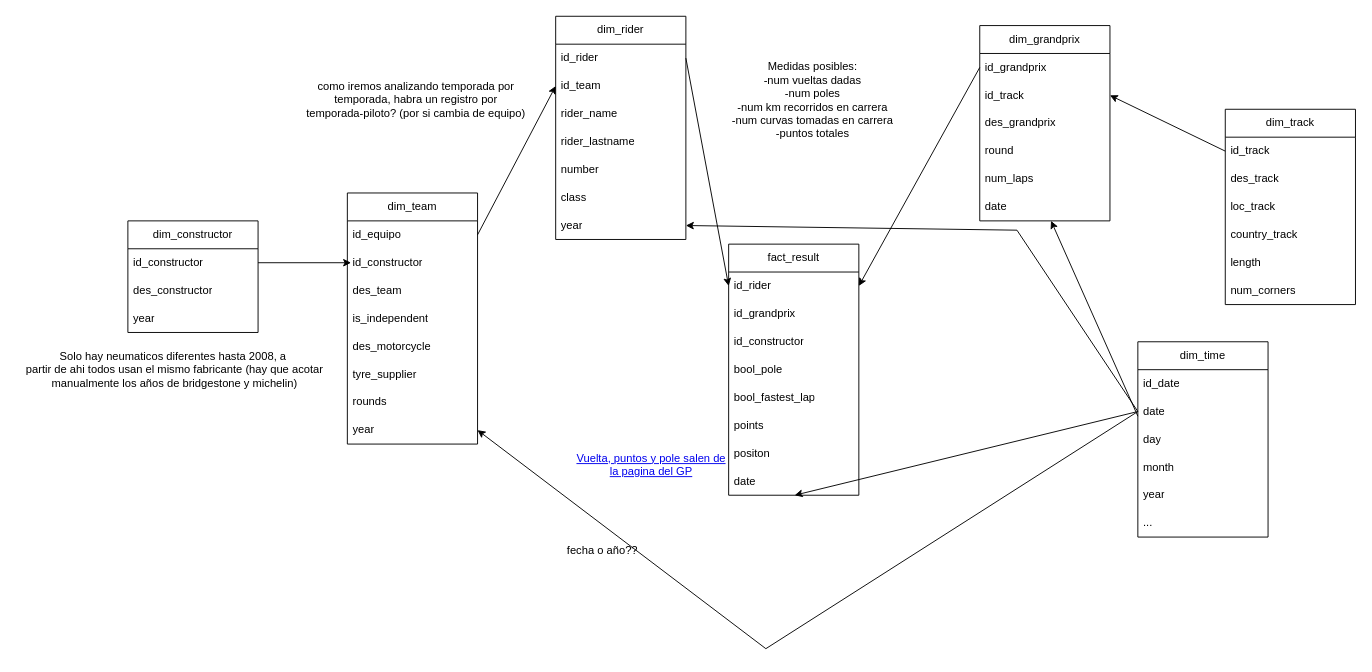
Before: diagrama tfg.drawio in skllg/motogp_dw, a draw.io diagram. Source tidied: cells renumbered, new cells numbered last; positions are measured from the earlier drawing's top-left corner, leaving out a move shared by most shapes. Both pictures are drawn from the tidied source at 93%, with x=0, y=0 at pixel (16, 16).
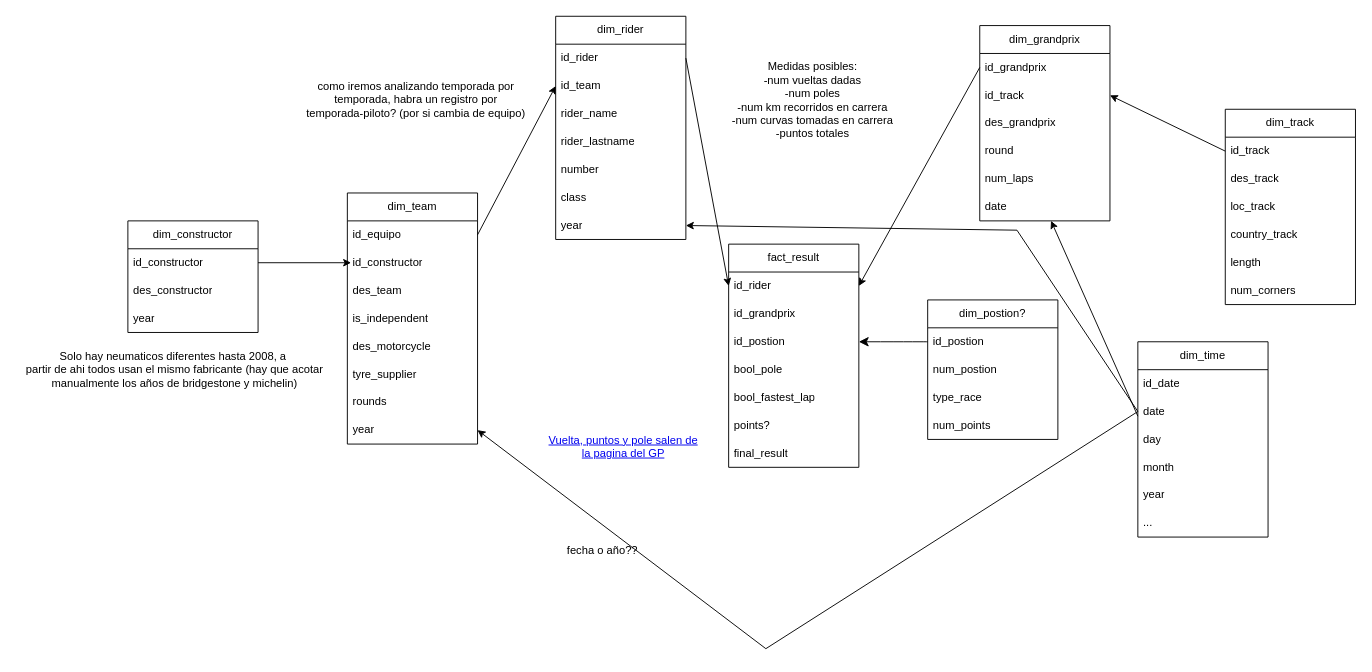
The same page after the edit.

Unchanged cells that the change refers to:
```xml
<mxCell id="49" value="date" style="text;strokeColor=none;fillColor=none;align=left;verticalAlign=middle;spacingLeft=4;spacingRight=4;overflow=hidden;points=[[0,0.5],[1,0.5]];portConstraint=eastwest;whiteSpace=wrap;html=1;" parent="47" vertex="1">
  <mxGeometry y="60" width="140" height="30" as="geometry" />
</mxCell>
```

What changed in the source:
```diff
@@
     <mxCell id="10" value="fact_result" style="swimlane;fontStyle=0;horizontal=1;startSize=30;whiteSpace=wrap;html=1;" parent="1" vertex="1">
-      <mxGeometry x="766" y="245" width="140" height="270" as="geometry" />
+      <mxGeometry x="766" y="245" width="140" height="240" as="geometry" />
     </mxCell>
@@
-    <mxCell id="13" value="id_constructor" style="text;strokeColor=none;fillColor=none;align=left;verticalAlign=middle;spacingLeft=4;spacingRight=4;overflow=hidden;whiteSpace=wrap;html=1;" parent="10" vertex="1">
-      <mxGeometry y="90" width="140" height="30" as="geometry" />
-    </mxCell>
+    <mxCell id="67" value="id_postion" style="text;strokeColor=none;fillColor=none;align=left;verticalAlign=middle;spacingLeft=4;spacingRight=4;overflow=hidden;points=[[0,0.5],[1,0.5]];portConstraint=eastwest;whiteSpace=wrap;html=1;" parent="10" vertex="1">
+      <mxGeometry y="90" width="140" height="30" as="geometry" />
+    </mxCell>
@@
-    <mxCell id="16" value="points" style="text;strokeColor=none;fillColor=none;align=left;verticalAlign=middle;spacingLeft=4;spacingRight=4;overflow=hidden;whiteSpace=wrap;html=1;" parent="10" vertex="1">
+    <mxCell id="16" value="points?" style="text;strokeColor=none;fillColor=none;align=left;verticalAlign=middle;spacingLeft=4;spacingRight=4;overflow=hidden;whiteSpace=wrap;html=1;" parent="10" vertex="1">
       <mxGeometry y="180" width="140" height="30" as="geometry" />
     </mxCell>
-    <mxCell id="17" value="positon" style="text;strokeColor=none;fillColor=none;align=left;verticalAlign=middle;spacingLeft=4;spacingRight=4;overflow=hidden;whiteSpace=wrap;html=1;" parent="10" vertex="1">
+    <mxCell id="17" value="final_result" style="text;strokeColor=none;fillColor=none;align=left;verticalAlign=middle;spacingLeft=4;spacingRight=4;overflow=hidden;whiteSpace=wrap;html=1;" parent="10" vertex="1">
       <mxGeometry y="210" width="140" height="30" as="geometry" />
     </mxCell>
-    <mxCell id="18" value="date" style="text;strokeColor=none;fillColor=none;align=left;verticalAlign=middle;spacingLeft=4;spacingRight=4;overflow=hidden;points=[[0,0.5],[1,0.5]];portConstraint=eastwest;whiteSpace=wrap;html=1;" parent="10" vertex="1">
-      <mxGeometry y="240" width="140" height="30" as="geometry" />
-    </mxCell>
@@
-    <mxCell id="56" style="endArrow=classic;html=1;rounded=0;exitX=0;exitY=0.5;exitDx=0;exitDy=0;entryX=0.507;entryY=1;entryDx=0;entryDy=0;entryPerimeter=0;" parent="1" edge="1" source="49" target="18">
-      <mxGeometry relative="1" as="geometry" />
-    </mxCell>
     <mxCell id="57" value="&lt;a href=&quot;https://es.wikipedia.org/wiki/Gran_Premio_de_Sud%C3%A1frica_de_Motociclismo_de_2001&quot;&gt;Vuelta, puntos y pole salen de la pagina del GP&lt;br&gt;&lt;/a&gt;&amp;nbsp;" style="text;html=1;strokeColor=none;fillColor=none;align=center;verticalAlign=middle;whiteSpace=wrap;rounded=0;" parent="1" vertex="1">
-      <mxGeometry x="600" y="460" width="166" height="60" as="geometry" />
+      <mxGeometry x="570" y="440" width="166" height="60" as="geometry" />
     </mxCell>
@@
+    <mxCell id="68" value="dim_postion?" style="swimlane;fontStyle=0;horizontal=1;startSize=30;whiteSpace=wrap;html=1;" parent="1" vertex="1">
+      <mxGeometry x="980" y="305" width="140" height="150" as="geometry" />
+    </mxCell>
+    <mxCell id="69" value="id_postion" style="text;strokeColor=none;fillColor=none;align=left;verticalAlign=middle;spacingLeft=4;spacingRight=4;overflow=hidden;points=[[0,0.5],[1,0.5]];portConstraint=eastwest;whiteSpace=wrap;html=1;" parent="68" vertex="1">
+      <mxGeometry y="30" width="140" height="30" as="geometry" />
+    </mxCell>
+    <mxCell id="70" value="num_postion" style="text;strokeColor=none;fillColor=none;align=left;verticalAlign=middle;spacingLeft=4;spacingRight=4;overflow=hidden;whiteSpace=wrap;html=1;" parent="68" vertex="1">
+      <mxGeometry y="60" width="140" height="30" as="geometry" />
+    </mxCell>
+    <mxCell id="71" value="type_race" style="text;strokeColor=none;fillColor=none;align=left;verticalAlign=middle;spacingLeft=4;spacingRight=4;overflow=hidden;whiteSpace=wrap;html=1;" parent="68" vertex="1">
+      <mxGeometry y="90" width="140" height="30" as="geometry" />
+    </mxCell>
+    <mxCell id="72" value="num_points" style="text;strokeColor=none;fillColor=none;align=left;verticalAlign=middle;spacingLeft=4;spacingRight=4;overflow=hidden;whiteSpace=wrap;html=1;" parent="68" vertex="1">
+      <mxGeometry y="120" width="140" height="30" as="geometry" />
+    </mxCell>
+    <mxCell id="73" style="edgeStyle=none;curved=1;rounded=0;jettySize=auto;html=1;fontSize=12;startSize=8;endSize=8;entryX=1;entryY=0.5;entryDx=0;entryDy=0;" parent="1" edge="1" source="69" target="67">
+      <mxGeometry relative="1" as="geometry" />
+    </mxCell>
```
